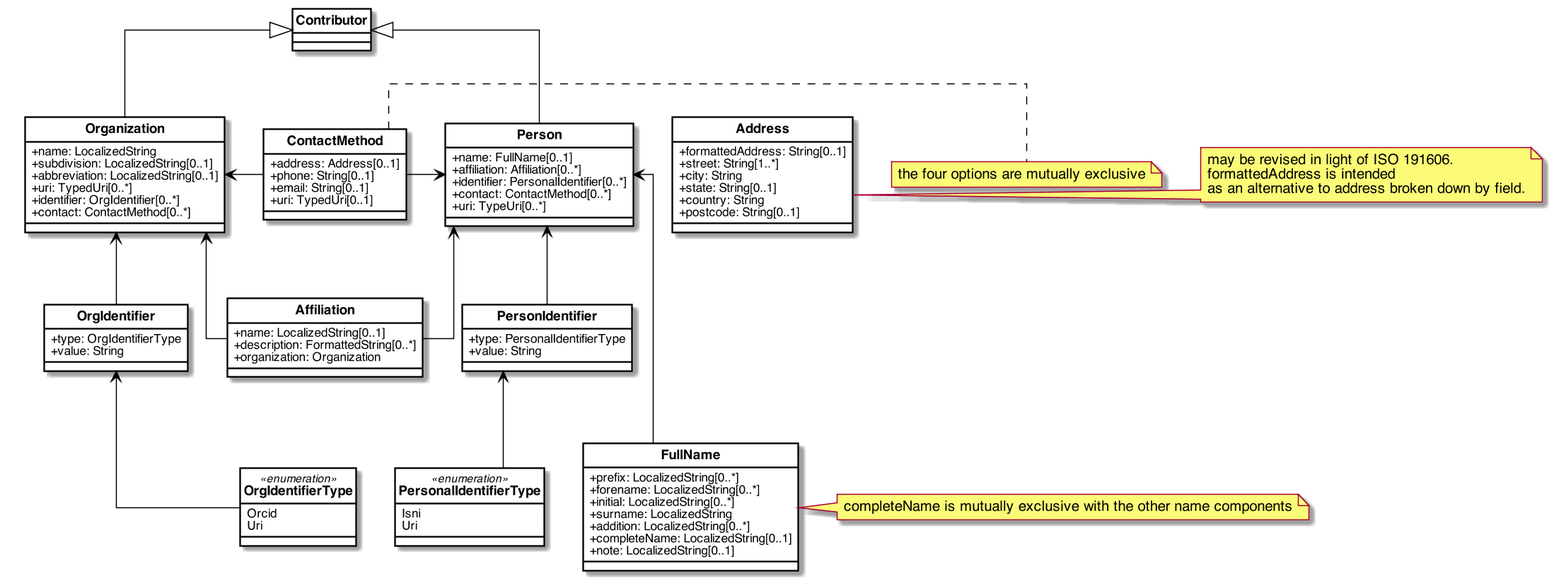
Before: images/RelBib_Contributor.png, a diagram exported from PlantUML (relaton/relaton-models).
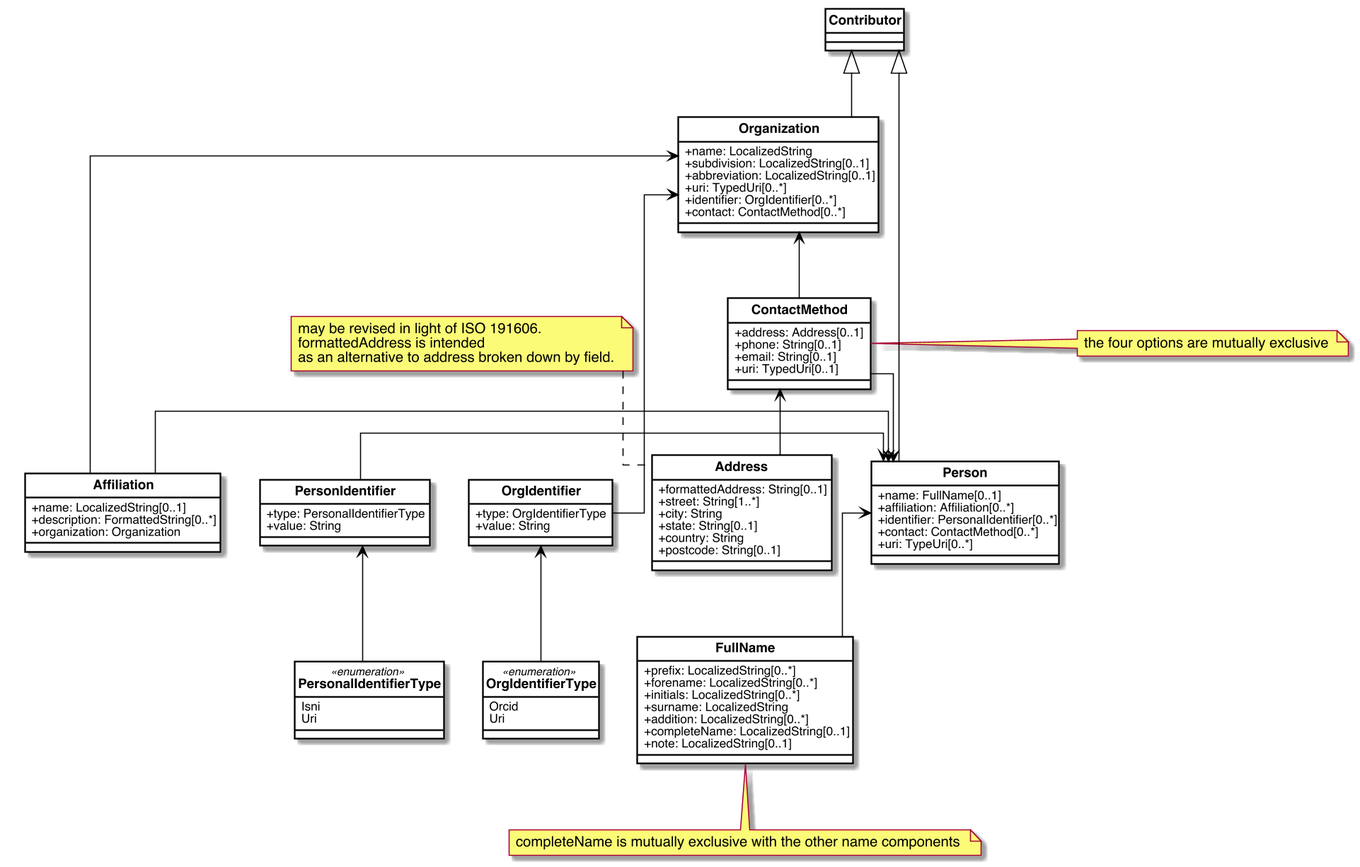
Later version of the same file.

Diff of the diagram source:
```diff
@@ -109,7 +109,7 @@
     class FullName{
         +prefix: LocalizedString[0..*]
         +forename: LocalizedString[0..*]
-        +initial: LocalizedString[0..*]
+        +initials: LocalizedString[0..*]
         +surname: LocalizedString
         +addition: LocalizedString[0..*]
         +completeName: LocalizedString[0..1]
@@ -124,15 +124,15 @@
 
 
 note right of ContactMethod: the four options are mutually exclusive
-note right of Address: may be revised in light of ISO 191606.\nformattedAddress is intended\nas an alternative to address broken down by field.
-note right of FullName: completeName is mutually exclusive with the other name components
+note top of Address: may be revised in light of ISO 191606.\nformattedAddress is intended\nas an alternative to address broken down by field.
+note bottom of FullName: completeName is mutually exclusive with the other name components
 
 
 Contributor <|-- Person
 Contributor <|-- Organization
 
-Person <-left- ContactMethod
-ContactMethod -right-> Organization
+Organization <-- ContactMethod
+ContactMethod --> Person
 
 Person <-- PersonIdentifier
 PersonIdentifier <-- PersonalIdentifierType
@@ -140,7 +140,7 @@
 Person <-left- Affiliation
 Affiliation -right-> Organization
 
-ContactMethod -[hidden]- Affiliation
+ContactMethod <-- Address
 
 Person <-- FullName
 
```
